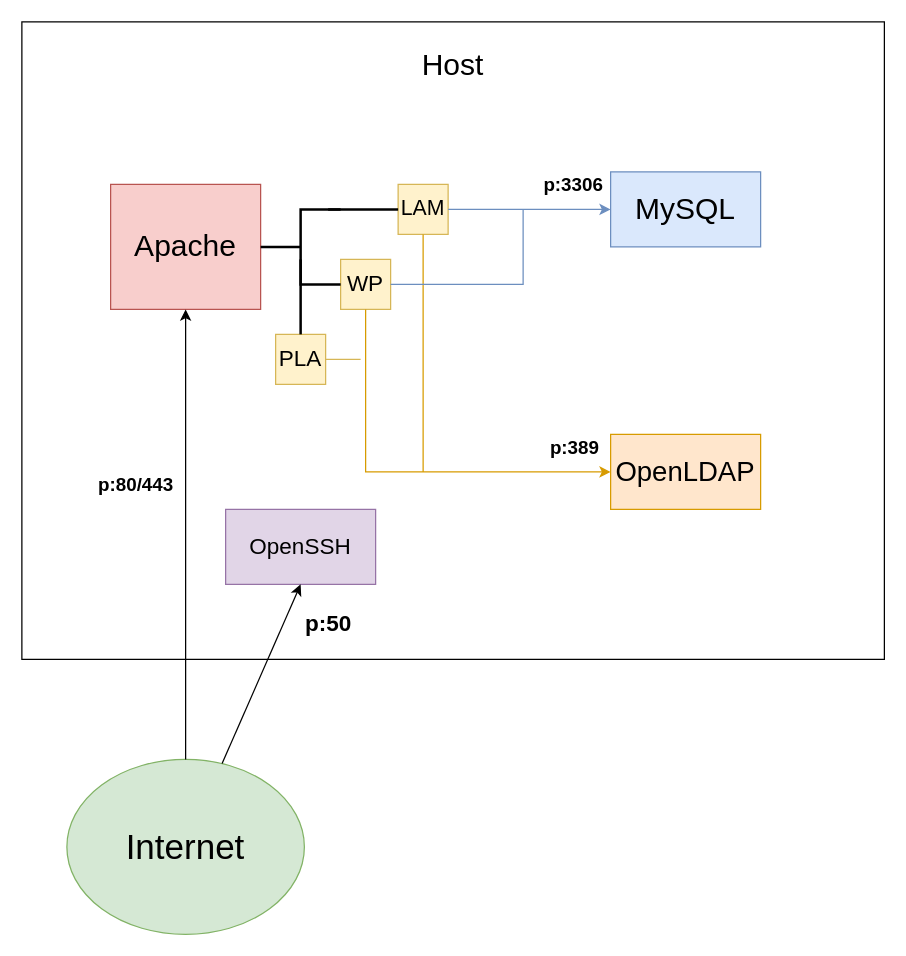
Above: Flowcharts/flowchart.drawio in mrmysko/Linux2-Grubbarbete (draw.io), before the change. Source tidied: cells renumbered, new cells numbered last; positions are measured from the earlier drawing's top-left corner, leaving out a move shared by most shapes. Both pictures are drawn from the tidied source at 125%, with x=0, y=0 at pixel (21, 21).
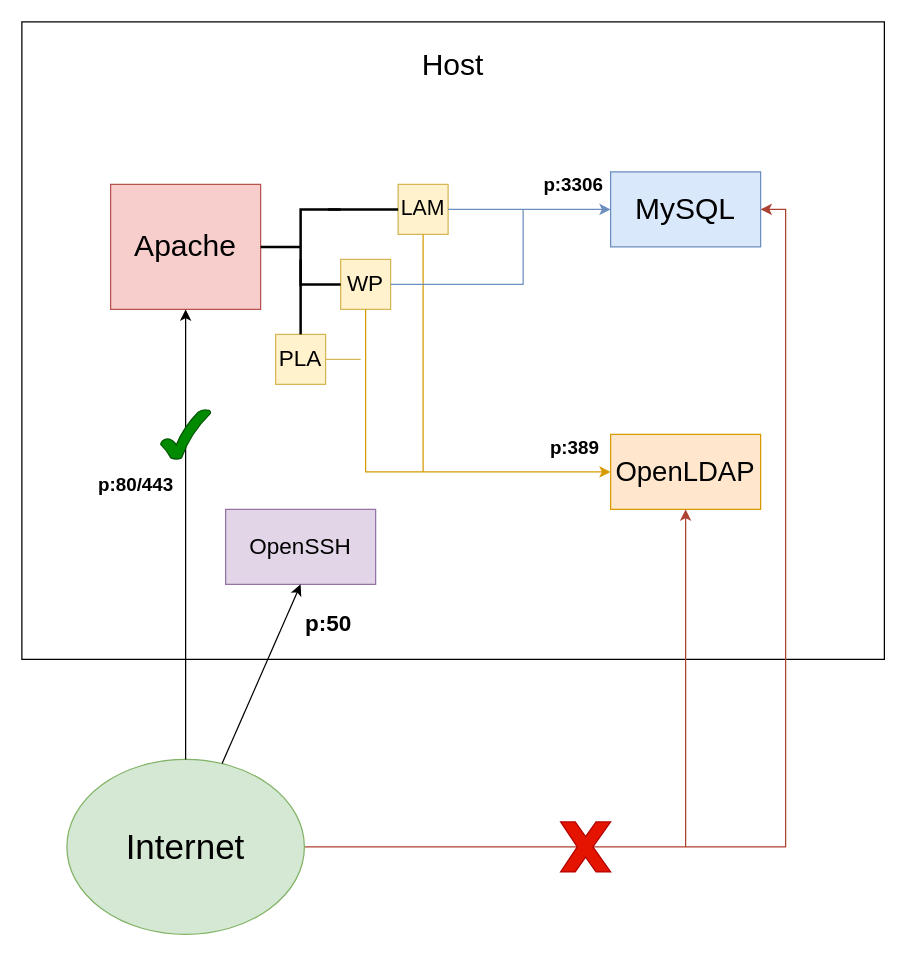
After the change.

The change refers to these unchanged cells:
```xml
<mxCell id="5" value="MySQL" style="rounded=0;whiteSpace=wrap;html=1;fontSize=24;fillColor=#dae8fc;strokeColor=#6c8ebf;" parent="1" vertex="1">
  <mxGeometry x="471" y="120" width="120" height="60" as="geometry" />
</mxCell>
<mxCell id="6" value="&lt;font style=&quot;font-size: 22px;&quot;&gt;OpenLDAP&lt;/font&gt;" style="rounded=0;whiteSpace=wrap;html=1;fontSize=24;fillColor=#ffe6cc;strokeColor=#d79b00;" parent="1" vertex="1">
  <mxGeometry x="471" y="330" width="120" height="60" as="geometry" />
</mxCell>
<mxCell id="9" value="&lt;font style=&quot;font-size: 28px;&quot;&gt;Internet&lt;/font&gt;" style="ellipse;whiteSpace=wrap;html=1;fillColor=#d5e8d4;strokeColor=#82b366;" parent="1" vertex="1">
  <mxGeometry x="36" y="590" width="190" height="140" as="geometry" />
</mxCell>
```

What changed in the source:
```diff
@@
+    <mxCell id="23" style="edgeStyle=orthogonalEdgeStyle;rounded=0;jettySize=auto;html=1;exitX=1;exitY=0.5;exitDx=0;exitDy=0;entryX=1;entryY=0.5;entryDx=0;entryDy=0;fillColor=#fad9d5;strokeColor=#ae4132;" parent="1" edge="1" source="9" target="5">
+      <mxGeometry relative="1" as="geometry" />
+    </mxCell>
@@
+    <mxCell id="24" style="verticalLabelPosition=bottom;verticalAlign=top;html=1;shape=mxgraph.basic.x;fillColor=#e51400;fontColor=#ffffff;strokeColor=#B20000;" parent="1" vertex="1">
+      <mxGeometry x="431" y="640" width="40" height="40" as="geometry" />
+    </mxCell>
+    <mxCell id="25" style="verticalLabelPosition=bottom;verticalAlign=top;html=1;shape=mxgraph.basic.tick;fillColor=#008a00;strokeColor=#005700;fontColor=#ffffff;" parent="1" vertex="1">
+      <mxGeometry x="111" y="310" width="40" height="40" as="geometry" />
+    </mxCell>
+    <mxCell id="26" style="endArrow=classic;html=1;rounded=0;entryX=0.5;entryY=1;entryDx=0;entryDy=0;fillColor=#fad9d5;strokeColor=#ae4132;" parent="1" edge="1" target="6">
+      <mxGeometry relative="1" as="geometry">
+        <mxPoint x="531" y="660" as="sourcePoint" />
+      </mxGeometry>
+    </mxCell>
```
